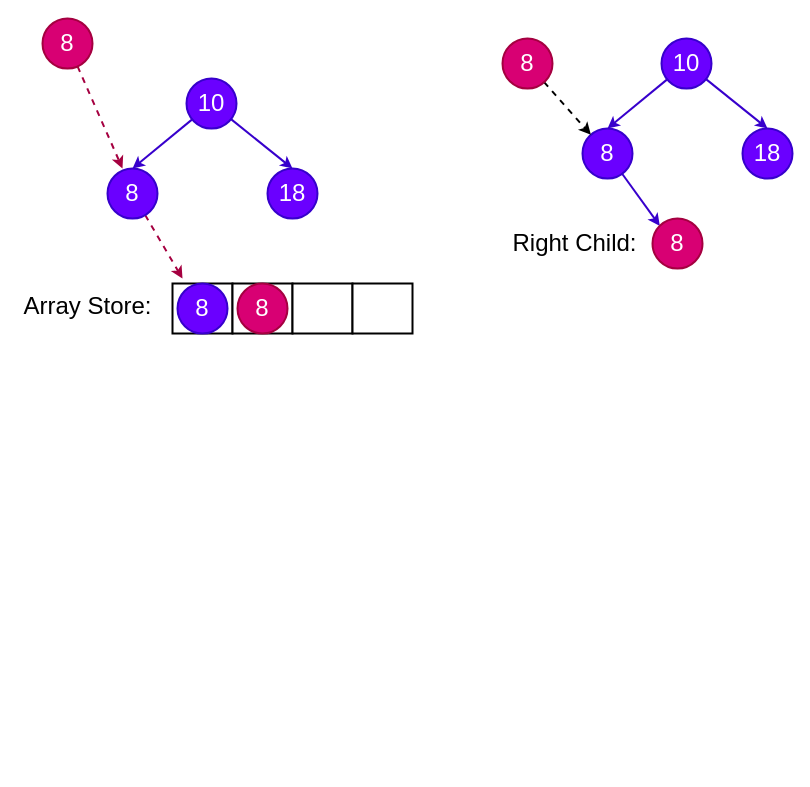
Earlier version of the draw.io diagram bst-store.drawio (auula/draw.io). Source tidied: cells renumbered, new cells numbered last; positions are measured from the earlier drawing's top-left corner, leaving out a move shared by most shapes. Both pictures are drawn from the tidied source at 100%, with x=0, y=0 at pixel (17, 18).
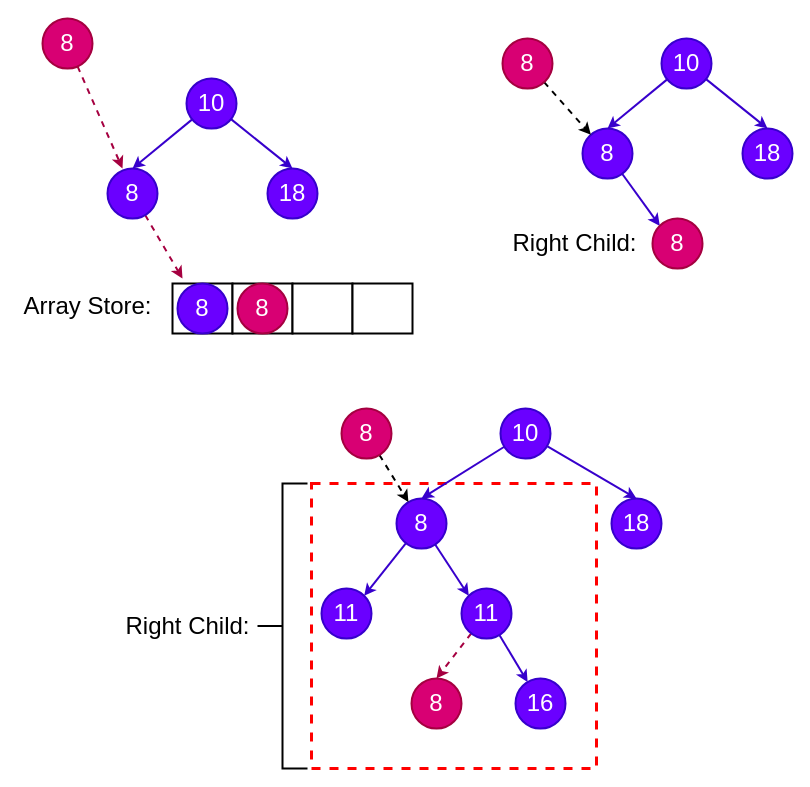
Above is the later version.

Diff of the diagram source:
```diff
@@
+    <mxCell id="28" style="whiteSpace=wrap;html=1;fontSize=24;strokeWidth=3;fillColor=none;strokeColor=#FF0000;dashed=1;" parent="1" vertex="1">
+      <mxGeometry x="294" y="465" width="285" height="285" as="geometry" />
+    </mxCell>
@@
+    <mxCell id="29" style="rounded=0;jettySize=auto;html=1;entryX=0.5;entryY=0;entryDx=0;entryDy=0;fontSize=24;fillColor=#6a00ff;strokeColor=#3700CC;strokeWidth=2;" parent="1" edge="1" source="31" target="34">
+      <mxGeometry relative="1" as="geometry" />
+    </mxCell>
+    <mxCell id="30" style="rounded=0;jettySize=auto;html=1;entryX=0.5;entryY=0;entryDx=0;entryDy=0;fontSize=24;fillColor=#6a00ff;strokeColor=#3700CC;strokeWidth=2;" parent="1" edge="1" source="31" target="35">
+      <mxGeometry relative="1" as="geometry" />
+    </mxCell>
+    <mxCell id="31" value="&lt;font style=&quot;font-size: 24px;&quot;&gt;10&lt;/font&gt;" style="ellipse;whiteSpace=wrap;html=1;fillColor=#6a00ff;fontColor=#ffffff;strokeColor=#3700CC;strokeWidth=2;" parent="1" vertex="1">
+      <mxGeometry x="483" y="390" width="50" height="50" as="geometry" />
+    </mxCell>
+    <mxCell id="32" style="edgeStyle=none;rounded=0;jettySize=auto;html=1;entryX=0;entryY=0;entryDx=0;entryDy=0;fontSize=24;strokeWidth=2;fillColor=#6a00ff;strokeColor=#3700CC;" parent="1" edge="1" source="34" target="38">
+      <mxGeometry relative="1" as="geometry" />
+    </mxCell>
+    <mxCell id="33" style="edgeStyle=none;rounded=0;jettySize=auto;html=1;entryX=1;entryY=0;entryDx=0;entryDy=0;fontSize=24;strokeWidth=2;fillColor=#6a00ff;strokeColor=#3700CC;" parent="1" edge="1" source="34" target="42">
+      <mxGeometry relative="1" as="geometry" />
+    </mxCell>
+    <mxCell id="34" value="&lt;span style=&quot;font-size: 24px;&quot;&gt;8&lt;/span&gt;" style="ellipse;whiteSpace=wrap;html=1;fillColor=#6a00ff;fontColor=#ffffff;strokeColor=#3700CC;strokeWidth=2;" parent="1" vertex="1">
+      <mxGeometry x="379" y="480" width="50" height="50" as="geometry" />
+    </mxCell>
+    <mxCell id="35" value="&lt;font style=&quot;font-size: 24px;&quot;&gt;18&lt;/font&gt;" style="ellipse;whiteSpace=wrap;html=1;fillColor=#6a00ff;fontColor=#ffffff;strokeColor=#3700CC;strokeWidth=2;" parent="1" vertex="1">
+      <mxGeometry x="594" y="480" width="50" height="50" as="geometry" />
+    </mxCell>
+    <mxCell id="36" style="edgeStyle=none;rounded=0;jettySize=auto;html=1;entryX=0.5;entryY=0;entryDx=0;entryDy=0;fontSize=24;strokeWidth=2;dashed=1;fillColor=#d80073;strokeColor=#A50040;" parent="1" edge="1" source="38" target="43">
+      <mxGeometry relative="1" as="geometry" />
+    </mxCell>
+    <mxCell id="37" style="edgeStyle=none;rounded=0;jettySize=auto;html=1;fontSize=24;strokeWidth=2;fillColor=#6a00ff;strokeColor=#3700CC;" parent="1" edge="1" source="38" target="44">
+      <mxGeometry relative="1" as="geometry" />
+    </mxCell>
+    <mxCell id="38" value="&lt;span style=&quot;font-size: 24px;&quot;&gt;11&lt;/span&gt;" style="ellipse;whiteSpace=wrap;html=1;fillColor=#6a00ff;fontColor=#ffffff;strokeColor=#3700CC;strokeWidth=2;" parent="1" vertex="1">
+      <mxGeometry x="444" y="570" width="50" height="50" as="geometry" />
+    </mxCell>
+    <mxCell id="39" style="edgeStyle=none;rounded=0;jettySize=auto;html=1;dashed=1;fontSize=24;strokeWidth=2;" parent="1" edge="1" source="40" target="34">
+      <mxGeometry relative="1" as="geometry" />
+    </mxCell>
+    <mxCell id="40" value="&lt;span style=&quot;font-size: 24px;&quot;&gt;8&lt;/span&gt;" style="ellipse;whiteSpace=wrap;html=1;fillColor=#d80073;fontColor=#ffffff;strokeColor=#A50040;strokeWidth=2;" parent="1" vertex="1">
+      <mxGeometry x="324" y="390" width="50" height="50" as="geometry" />
+    </mxCell>
+    <mxCell id="41" value="Right Child:" style="text;html=1;align=center;verticalAlign=middle;strokeColor=none;fillColor=none;fontSize=24;" parent="1" vertex="1">
+      <mxGeometry x="100" y="592.5" width="140" height="30" as="geometry" />
+    </mxCell>
+    <mxCell id="42" value="&lt;span style=&quot;font-size: 24px;&quot;&gt;11&lt;/span&gt;" style="ellipse;whiteSpace=wrap;html=1;fillColor=#6a00ff;fontColor=#ffffff;strokeColor=#3700CC;strokeWidth=2;" parent="1" vertex="1">
+      <mxGeometry x="304" y="570" width="50" height="50" as="geometry" />
+    </mxCell>
+    <mxCell id="43" value="&lt;span style=&quot;font-size: 24px;&quot;&gt;8&lt;/span&gt;" style="ellipse;whiteSpace=wrap;html=1;fillColor=#d80073;fontColor=#ffffff;strokeColor=#A50040;strokeWidth=2;" parent="1" vertex="1">
+      <mxGeometry x="394" y="660" width="50" height="50" as="geometry" />
+    </mxCell>
+    <mxCell id="44" value="&lt;span style=&quot;font-size: 24px;&quot;&gt;16&lt;/span&gt;" style="ellipse;whiteSpace=wrap;html=1;fillColor=#6a00ff;fontColor=#ffffff;strokeColor=#3700CC;strokeWidth=2;" parent="1" vertex="1">
+      <mxGeometry x="498" y="660" width="50" height="50" as="geometry" />
+    </mxCell>
+    <mxCell id="45" style="strokeWidth=2;html=1;shape=mxgraph.flowchart.annotation_2;align=left;labelPosition=right;fontSize=24;fillColor=none;" parent="1" vertex="1">
+      <mxGeometry x="240" y="465" width="50" height="285" as="geometry" />
+    </mxCell>
```
